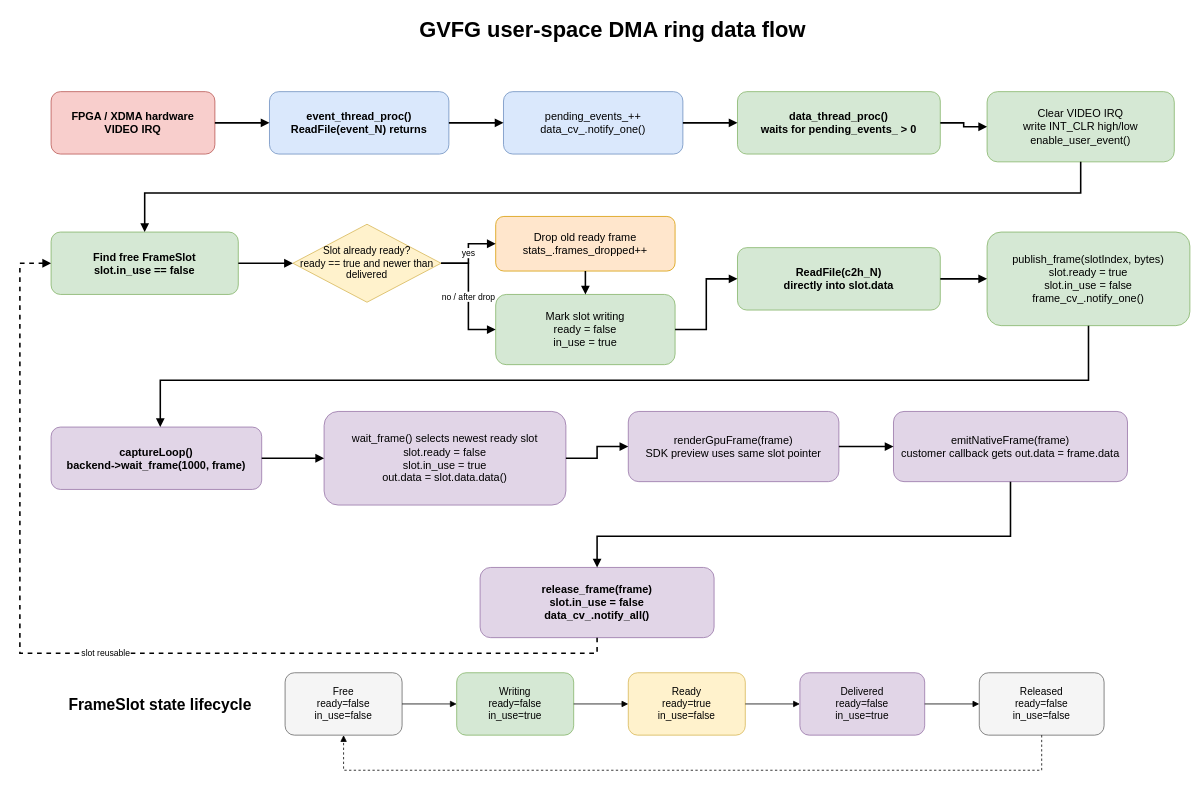
Above: docs/GVFG_DMA_RING_DATA_FLOW.drawio in MarquezLin/GVFG_Standalone (draw.io), before the change. Source tidied: cells renumbered, new cells numbered last; positions are measured from the earlier drawing's top-left corner, leaving out a move shared by most shapes. Both pictures are drawn from the tidied source at 78%, with x=0, y=0 at pixel (20, 13).
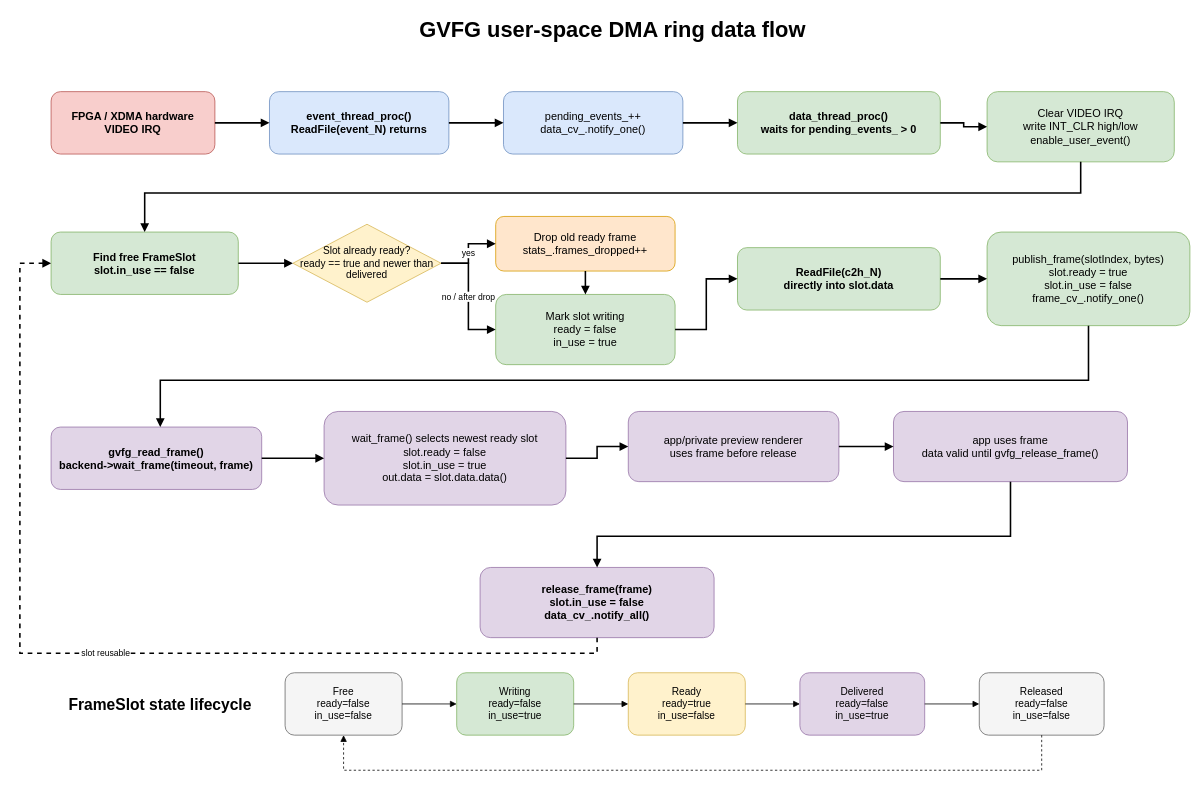
The same diagram, later.

Diff of the diagram source:
```diff
@@
-    <mxCell id="14" value="captureLoop()&#10;backend-&gt;wait_frame(1000, frame)" style="rounded=1;whiteSpace=wrap;html=1;fillColor=#e1d5e7;strokeColor=#9673a6;fontSize=14;fontStyle=1;" parent="1" vertex="1">
+    <mxCell id="14" value="gvfg_read_frame()&#10;backend-&gt;wait_frame(timeout, frame)" style="rounded=1;whiteSpace=wrap;html=1;fillColor=#e1d5e7;strokeColor=#9673a6;fontSize=14;fontStyle=1;" parent="1" vertex="1">
       <mxGeometry x="40" y="530" width="270" height="80" as="geometry" />
     </mxCell>
@@
-    <mxCell id="16" value="renderGpuFrame(frame)&#10;SDK preview uses same slot pointer" style="rounded=1;whiteSpace=wrap;html=1;fillColor=#e1d5e7;strokeColor=#9673a6;fontSize=14;" parent="1" vertex="1">
+    <mxCell id="16" value="app/private preview renderer&#10;uses frame before release" style="rounded=1;whiteSpace=wrap;html=1;fillColor=#e1d5e7;strokeColor=#9673a6;fontSize=14;" parent="1" vertex="1">
       <mxGeometry x="780" y="510" width="270" height="90" as="geometry" />
     </mxCell>
-    <mxCell id="17" value="emitNativeFrame(frame)&#10;customer callback gets out.data = frame.data" style="rounded=1;whiteSpace=wrap;html=1;fillColor=#e1d5e7;strokeColor=#9673a6;fontSize=14;" parent="1" vertex="1">
+    <mxCell id="17" value="app uses frame&#10;data valid until gvfg_release_frame()" style="rounded=1;whiteSpace=wrap;html=1;fillColor=#e1d5e7;strokeColor=#9673a6;fontSize=14;" parent="1" vertex="1">
       <mxGeometry x="1120" y="510" width="300" height="90" as="geometry" />
     </mxCell>
```
